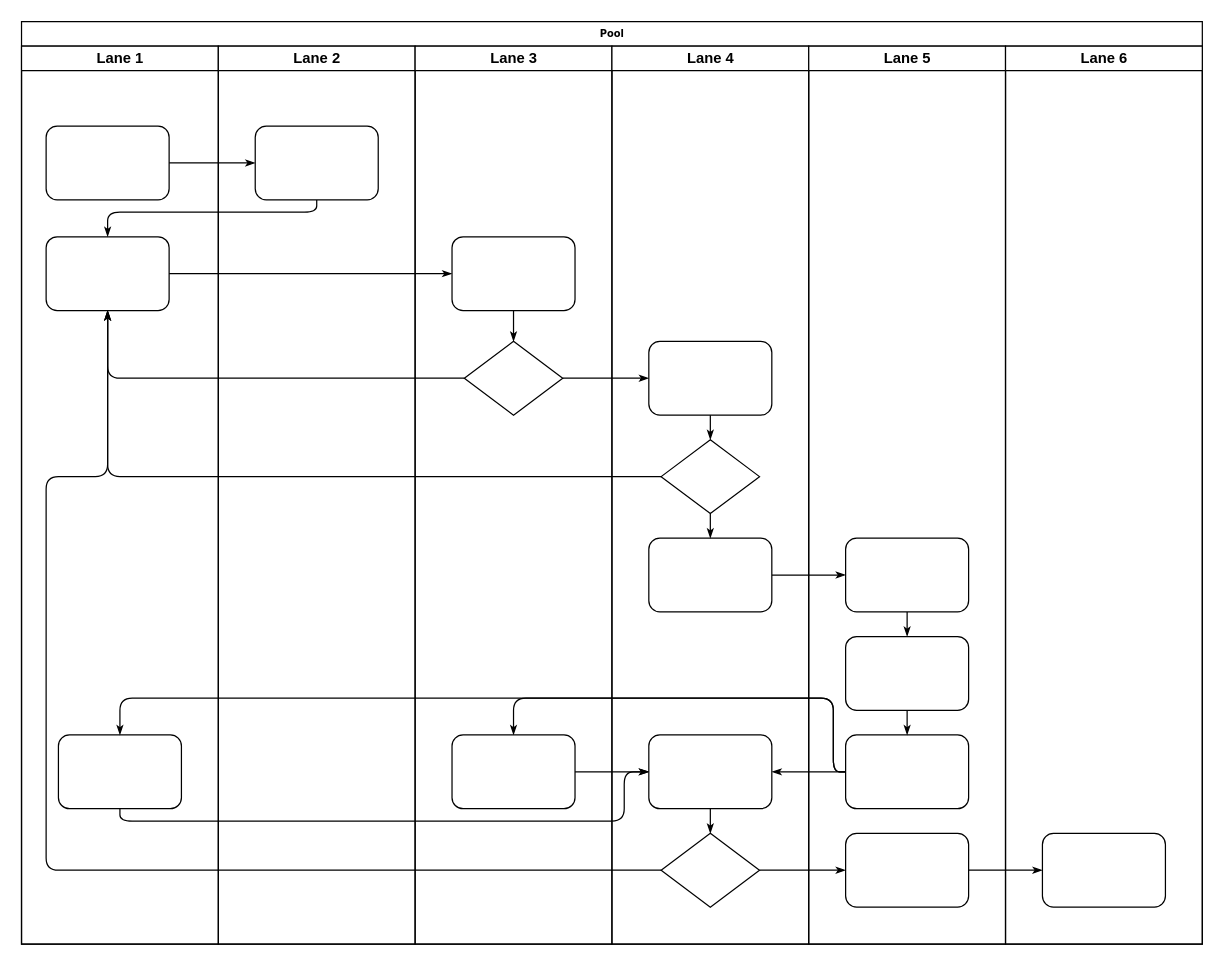
Before: Untitled Diagram.drawio in diburichard/Diagramas, a draw.io diagram. Source tidied: cells renumbered, new cells numbered last; positions are measured from the earlier drawing's top-left corner, leaving out a move shared by most shapes. Both pictures are drawn from the tidied source at 123%, with x=0, y=0 at pixel (21, 21).
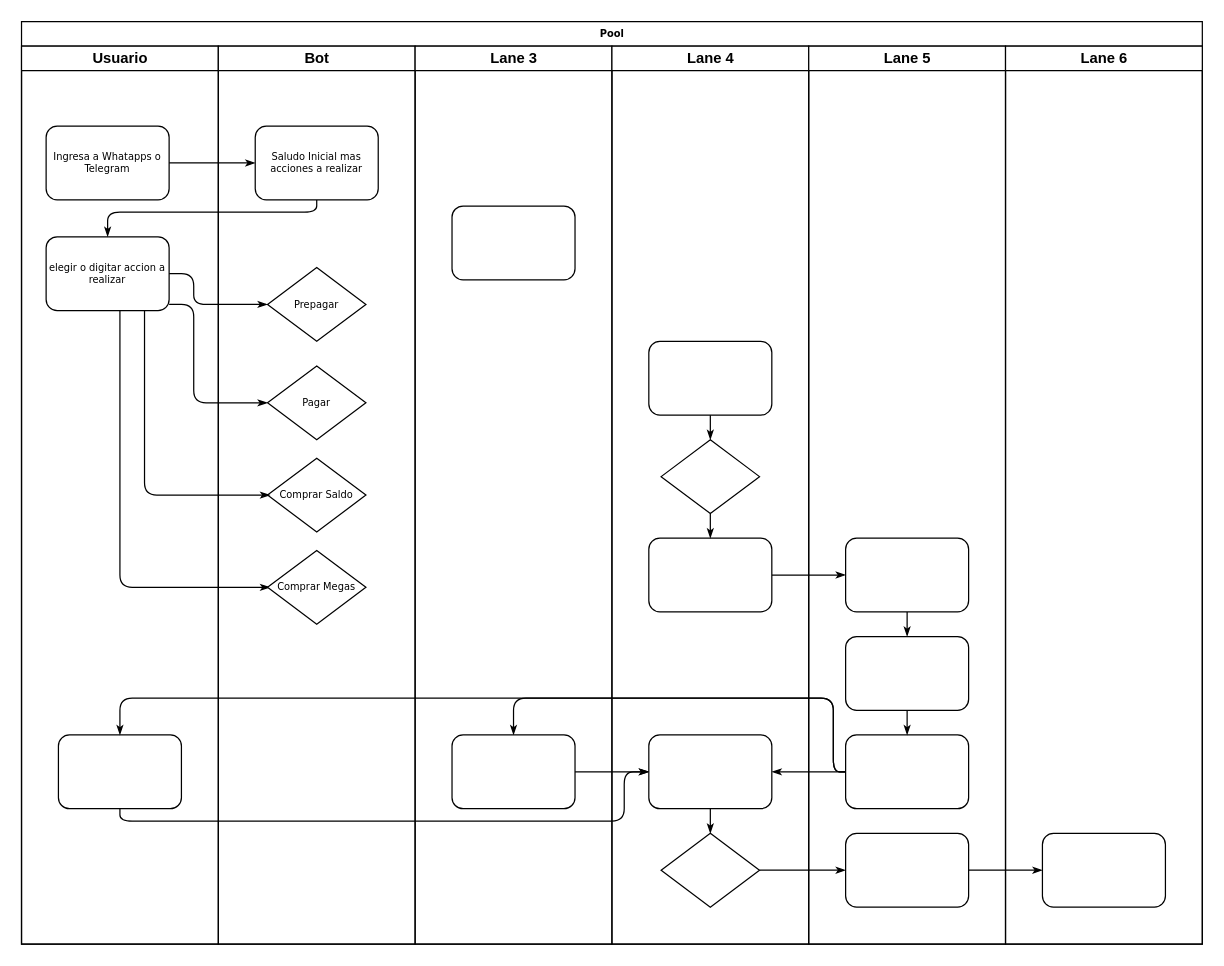
The same page after the edit.

Commit message:
Se agregaron las opciones al inicio

The change refers to these unchanged cells:
```xml
<mxCell id="2" value="Pool" style="swimlane;html=1;startSize=20;rounded=0;shadow=0;labelBackgroundColor=none;strokeWidth=1;fontFamily=Verdana;fontSize=8;align=center;" parent="1" vertex="1">
  <mxGeometry width="960" height="750" as="geometry" />
</mxCell>
<mxCell id="24" value="Lane 3" style="swimlane;html=1;startSize=20;" parent="2" vertex="1">
  <mxGeometry x="320" y="20" width="160" height="730" as="geometry" />
</mxCell>
<mxCell id="30" style="rounded=1;whiteSpace=wrap;html=1;shadow=0;labelBackgroundColor=none;strokeWidth=1;fontFamily=Verdana;fontSize=8;align=center;" parent="29" vertex="1">
  <mxGeometry x="30" y="240" width="100" height="60" as="geometry" />
</mxCell>
<mxCell id="31" style="rhombus;whiteSpace=wrap;html=1;rounded=0;shadow=0;labelBackgroundColor=none;strokeWidth=1;fontFamily=Verdana;fontSize=8;align=center;" parent="29" vertex="1">
  <mxGeometry x="40" y="320" width="80" height="60" as="geometry" />
</mxCell>
<mxCell id="34" style="rhombus;whiteSpace=wrap;html=1;rounded=0;shadow=0;labelBackgroundColor=none;strokeWidth=1;fontFamily=Verdana;fontSize=8;align=center;" parent="29" vertex="1">
  <mxGeometry x="40" y="640" width="80" height="60" as="geometry" />
</mxCell>
```

Change to the diagram source:
```diff
@@
-    <mxCell id="3" value="Lane 1" style="swimlane;html=1;startSize=20;" parent="2" vertex="1">
+    <mxCell id="3" value="Usuario" style="swimlane;html=1;startSize=20;" parent="2" vertex="1">
       <mxGeometry y="20" width="160" height="730" as="geometry" />
     </mxCell>
-    <mxCell id="4" style="rounded=1;whiteSpace=wrap;html=1;shadow=0;labelBackgroundColor=none;strokeWidth=1;fontFamily=Verdana;fontSize=8;align=center;" parent="3" vertex="1">
+    <mxCell id="4" value="Ingresa a Whatapps o Telegram" style="rounded=1;whiteSpace=wrap;html=1;shadow=0;labelBackgroundColor=none;strokeWidth=1;fontFamily=Verdana;fontSize=8;align=center;" parent="3" vertex="1">
       <mxGeometry x="20" y="65" width="100" height="60" as="geometry" />
     </mxCell>
-    <mxCell id="5" style="rounded=1;whiteSpace=wrap;html=1;shadow=0;labelBackgroundColor=none;strokeWidth=1;fontFamily=Verdana;fontSize=8;align=center;" parent="3" vertex="1">
+    <mxCell id="5" value="elegir o digitar accion a realizar" style="rounded=1;whiteSpace=wrap;html=1;shadow=0;labelBackgroundColor=none;strokeWidth=1;fontFamily=Verdana;fontSize=8;align=center;" parent="3" vertex="1">
       <mxGeometry x="20" y="155" width="100" height="60" as="geometry" />
     </mxCell>
@@
+    <mxCell id="47" style="edgeStyle=orthogonalEdgeStyle;rounded=1;html=1;labelBackgroundColor=none;startArrow=none;startFill=0;startSize=5;endArrow=classicThin;endFill=1;endSize=5;jettySize=auto;strokeWidth=1;fontFamily=Verdana;fontSize=8;" parent="3" edge="1" source="5">
+      <mxGeometry relative="1" as="geometry">
+        <mxPoint x="200" y="290" as="targetPoint" />
+        <Array as="points">
+          <mxPoint x="140" y="210" />
+          <mxPoint x="140" y="290" />
+        </Array>
+      </mxGeometry>
+    </mxCell>
+    <mxCell id="48" style="edgeStyle=orthogonalEdgeStyle;rounded=1;html=1;labelBackgroundColor=none;startArrow=none;startFill=0;startSize=5;endArrow=classicThin;endFill=1;endSize=5;jettySize=auto;strokeWidth=1;fontFamily=Verdana;fontSize=8;" parent="3" edge="1" source="5">
+      <mxGeometry relative="1" as="geometry">
+        <mxPoint x="202" y="440" as="targetPoint" />
+        <Array as="points">
+          <mxPoint x="80" y="440" />
+        </Array>
+      </mxGeometry>
+    </mxCell>
@@
-    <mxCell id="9" style="edgeStyle=orthogonalEdgeStyle;rounded=1;html=1;labelBackgroundColor=none;startArrow=none;startFill=0;startSize=5;endArrow=classicThin;endFill=1;endSize=5;jettySize=auto;strokeWidth=1;fontFamily=Verdana;fontSize=8;" parent="2" edge="1" source="5" target="25">
-      <mxGeometry relative="1" as="geometry" />
-    </mxCell>
-    <mxCell id="10" style="edgeStyle=orthogonalEdgeStyle;rounded=1;html=1;labelBackgroundColor=none;startArrow=none;startFill=0;startSize=5;endArrow=classicThin;endFill=1;endSize=5;jettySize=auto;strokeWidth=1;fontFamily=Verdana;fontSize=8;" parent="2" edge="1" source="26" target="5">
-      <mxGeometry relative="1" as="geometry" />
-    </mxCell>
-    <mxCell id="11" style="edgeStyle=orthogonalEdgeStyle;rounded=1;html=1;labelBackgroundColor=none;startArrow=none;startFill=0;startSize=5;endArrow=classicThin;endFill=1;endSize=5;jettySize=auto;strokeWidth=1;fontFamily=Verdana;fontSize=8;" parent="2" edge="1" source="31" target="5">
-      <mxGeometry relative="1" as="geometry" />
-    </mxCell>
-    <mxCell id="12" style="edgeStyle=orthogonalEdgeStyle;rounded=1;html=1;labelBackgroundColor=none;startArrow=none;startFill=0;startSize=5;endArrow=classicThin;endFill=1;endSize=5;jettySize=auto;strokeWidth=1;fontFamily=Verdana;fontSize=8;" parent="2" edge="1" source="34" target="5">
-      <mxGeometry relative="1" as="geometry">
-        <Array as="points">
-          <mxPoint x="20" y="690" />
-          <mxPoint x="20" y="370" />
-          <mxPoint x="70" y="370" />
-        </Array>
-      </mxGeometry>
-    </mxCell>
-    <mxCell id="13" style="edgeStyle=orthogonalEdgeStyle;rounded=1;html=1;labelBackgroundColor=none;startArrow=none;startFill=0;startSize=5;endArrow=classicThin;endFill=1;endSize=5;jettySize=auto;strokeWidth=1;fontFamily=Verdana;fontSize=8;" parent="2" edge="1" source="26" target="30">
-      <mxGeometry relative="1" as="geometry" />
-    </mxCell>
@@
-    <mxCell id="22" value="Lane 2" style="swimlane;html=1;startSize=20;" parent="2" vertex="1">
+    <mxCell id="22" value="Bot" style="swimlane;html=1;startSize=20;" parent="2" vertex="1">
       <mxGeometry x="160" y="20" width="160" height="730" as="geometry" />
     </mxCell>
-    <mxCell id="23" style="rounded=1;whiteSpace=wrap;html=1;shadow=0;labelBackgroundColor=none;strokeWidth=1;fontFamily=Verdana;fontSize=8;align=center;" parent="22" vertex="1">
+    <mxCell id="23" value="Saludo Inicial mas acciones a realizar" style="rounded=1;whiteSpace=wrap;html=1;shadow=0;labelBackgroundColor=none;strokeWidth=1;fontFamily=Verdana;fontSize=8;align=center;" parent="22" vertex="1">
       <mxGeometry x="30" y="65" width="100" height="60" as="geometry" />
     </mxCell>
+    <mxCell id="26" value="Prepagar" style="rhombus;whiteSpace=wrap;html=1;rounded=0;shadow=0;labelBackgroundColor=none;strokeWidth=1;fontFamily=Verdana;fontSize=8;align=center;" parent="22" vertex="1">
+      <mxGeometry x="40" y="180" width="80" height="60" as="geometry" />
+    </mxCell>
+    <mxCell id="49" value="Pagar" style="rhombus;whiteSpace=wrap;html=1;rounded=0;shadow=0;labelBackgroundColor=none;strokeWidth=1;fontFamily=Verdana;fontSize=8;align=center;" parent="22" vertex="1">
+      <mxGeometry x="40" y="260" width="80" height="60" as="geometry" />
+    </mxCell>
+    <mxCell id="50" value="Comprar Saldo" style="rhombus;whiteSpace=wrap;html=1;rounded=0;shadow=0;labelBackgroundColor=none;strokeWidth=1;fontFamily=Verdana;fontSize=8;align=center;" parent="22" vertex="1">
+      <mxGeometry x="40" y="335" width="80" height="60" as="geometry" />
+    </mxCell>
+    <mxCell id="51" value="Comprar Megas" style="rhombus;whiteSpace=wrap;html=1;rounded=0;shadow=0;labelBackgroundColor=none;strokeWidth=1;fontFamily=Verdana;fontSize=8;align=center;" parent="22" vertex="1">
+      <mxGeometry x="40" y="410" width="80" height="60" as="geometry" />
+    </mxCell>
+    <mxCell id="52" style="edgeStyle=orthogonalEdgeStyle;rounded=1;html=1;labelBackgroundColor=none;startArrow=none;startFill=0;startSize=5;endArrow=classicThin;endFill=1;endSize=5;jettySize=auto;strokeWidth=1;fontFamily=Verdana;fontSize=8;" parent="22" edge="1" source="5">
+      <mxGeometry relative="1" as="geometry">
+        <mxPoint x="42" y="365" as="targetPoint" />
+        <Array as="points">
+          <mxPoint x="-60" y="365" />
+        </Array>
+      </mxGeometry>
+    </mxCell>
@@
     <mxCell id="25" style="rounded=1;whiteSpace=wrap;html=1;shadow=0;labelBackgroundColor=none;strokeWidth=1;fontFamily=Verdana;fontSize=8;align=center;" parent="24" vertex="1">
-      <mxGeometry x="30" y="155" width="100" height="60" as="geometry" />
+      <mxGeometry x="30" y="130" width="100" height="60" as="geometry" />
     </mxCell>
-    <mxCell id="26" style="rhombus;whiteSpace=wrap;html=1;rounded=0;shadow=0;labelBackgroundColor=none;strokeWidth=1;fontFamily=Verdana;fontSize=8;align=center;" parent="24" vertex="1">
-      <mxGeometry x="40" y="240" width="80" height="60" as="geometry" />
-    </mxCell>
@@
-    <mxCell id="28" style="edgeStyle=orthogonalEdgeStyle;rounded=1;html=1;labelBackgroundColor=none;startArrow=none;startFill=0;startSize=5;endArrow=classicThin;endFill=1;endSize=5;jettySize=auto;strokeWidth=1;fontFamily=Verdana;fontSize=8;" parent="24" edge="1" source="25" target="26">
-      <mxGeometry relative="1" as="geometry" />
-    </mxCell>
@@
+    <mxCell id="53" style="edgeStyle=orthogonalEdgeStyle;rounded=1;html=1;labelBackgroundColor=none;startArrow=none;startFill=0;startSize=5;endArrow=classicThin;endFill=1;endSize=5;jettySize=auto;strokeWidth=1;fontFamily=Verdana;fontSize=8;" parent="2" edge="1" source="5" target="26">
+      <mxGeometry relative="1" as="geometry">
+        <Array as="points">
+          <mxPoint x="140" y="205" />
+          <mxPoint x="140" y="230" />
+        </Array>
+      </mxGeometry>
+    </mxCell>
```
